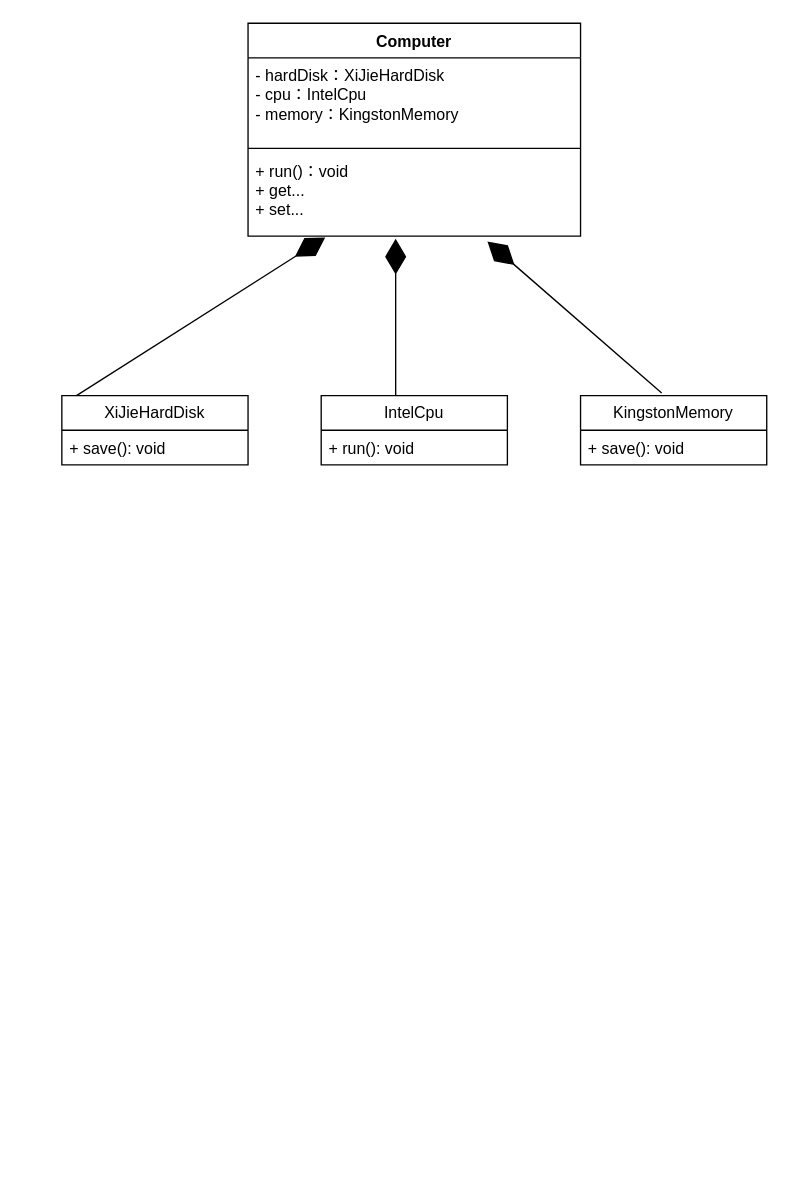
The draw.io diagram design/依赖倒转原则.drawio in dzghahaha/mind-resp, before the edit. Source tidied: cells renumbered, new cells numbered last; positions are measured from the earlier drawing's top-left corner, leaving out a move shared by most shapes. Both pictures are drawn from the tidied source at 133%, with x=0, y=0 at pixel (61, 23).
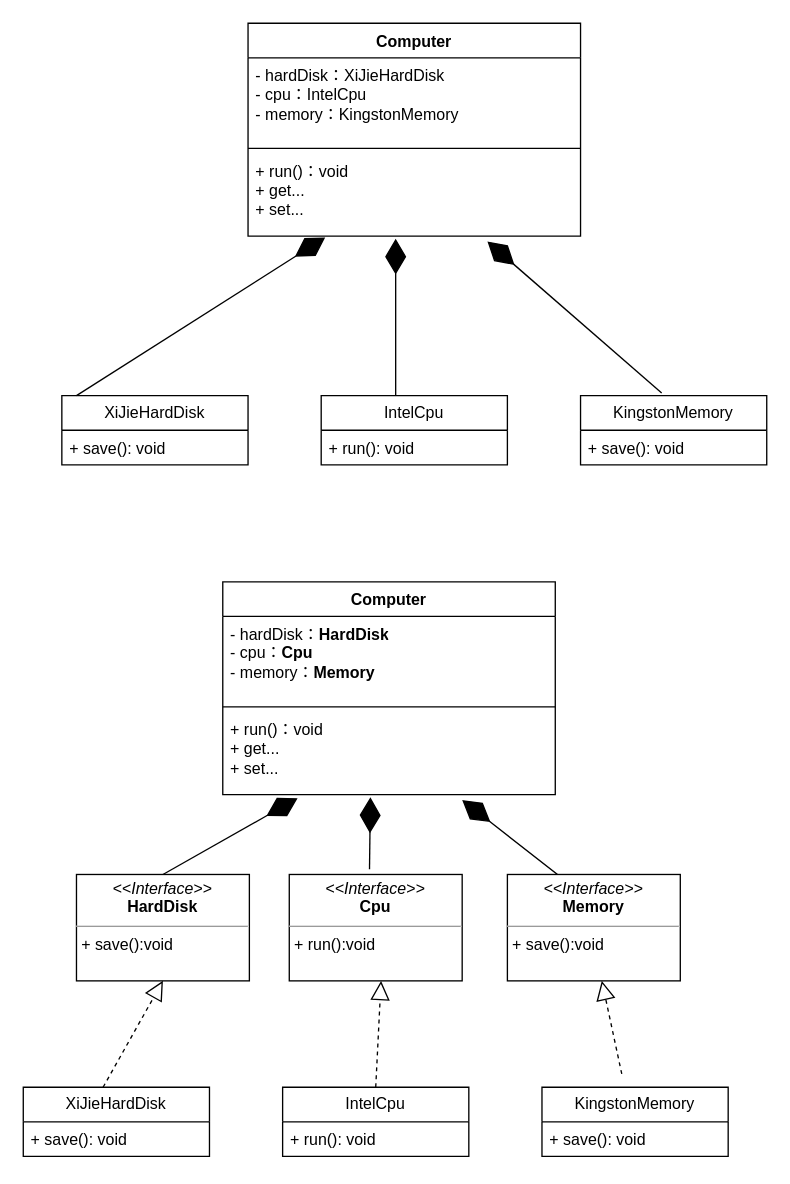
Above is the later version.

Commit message (it also covers changes not shown here):
更新依赖倒转原则.drawio

Change to the diagram source:
```diff
@@
+    <mxCell id="15" value="Computer" style="swimlane;fontStyle=1;align=center;verticalAlign=top;horizontal=1;startSize=26;whiteSpace=wrap;html=1;" parent="1" vertex="1">
+      <mxGeometry x="121" y="420" width="250" height="160" as="geometry" />
+    </mxCell>
+    <mxCell id="16" value="- hardDisk：&lt;b style=&quot;border-color: var(--border-color); text-align: center;&quot;&gt;HardDisk&lt;/b&gt;&lt;br&gt;- cpu：&lt;b style=&quot;border-color: var(--border-color); text-align: center;&quot;&gt;Cpu&lt;/b&gt;&lt;br&gt;- memory：&lt;b style=&quot;border-color: var(--border-color); text-align: center;&quot;&gt;Memory&lt;br&gt;&lt;br&gt;&lt;/b&gt;" style="text;strokeColor=none;fillColor=none;align=left;verticalAlign=top;spacingLeft=4;spacingRight=4;overflow=hidden;whiteSpace=wrap;html=1;" parent="15" vertex="1">
+      <mxGeometry y="26" width="250" height="64" as="geometry" />
+    </mxCell>
+    <mxCell id="17" style="line;strokeWidth=1;fillColor=none;align=left;verticalAlign=middle;spacingTop=-1;spacingLeft=3;spacingRight=3;labelPosition=right;strokeColor=inherit;" parent="15" vertex="1">
+      <mxGeometry y="90" width="250" height="8" as="geometry" />
+    </mxCell>
+    <mxCell id="18" value="+ run()：void&lt;br&gt;+ get...&lt;br&gt;+ set..." style="text;strokeColor=none;fillColor=none;align=left;verticalAlign=top;spacingLeft=4;spacingRight=4;overflow=hidden;points=[[0,0.5],[1,0.5]];portConstraint=eastwest;whiteSpace=wrap;html=1;" parent="15" vertex="1">
+      <mxGeometry y="98" width="250" height="62" as="geometry" />
+    </mxCell>
+    <mxCell id="19" value="XiJieHardDisk" style="swimlane;fontStyle=0;horizontal=1;startSize=26;fillColor=none;whiteSpace=wrap;html=1;" parent="1" vertex="1">
+      <mxGeometry x="-29" y="800" width="140" height="52" as="geometry" />
+    </mxCell>
+    <mxCell id="20" value="+ save(): void&lt;br&gt;" style="text;strokeColor=none;fillColor=none;align=left;verticalAlign=top;spacingLeft=4;spacingRight=4;overflow=hidden;whiteSpace=wrap;html=1;" parent="19" vertex="1">
+      <mxGeometry y="26" width="140" height="26" as="geometry" />
+    </mxCell>
+    <mxCell id="21" value="IntelCpu" style="swimlane;fontStyle=0;horizontal=1;startSize=26;fillColor=none;whiteSpace=wrap;html=1;" parent="1" vertex="1">
+      <mxGeometry x="166" y="800" width="140" height="52" as="geometry" />
+    </mxCell>
+    <mxCell id="22" value="+ run(): void" style="text;strokeColor=none;fillColor=none;align=left;verticalAlign=top;spacingLeft=4;spacingRight=4;overflow=hidden;whiteSpace=wrap;html=1;" parent="21" vertex="1">
+      <mxGeometry y="26" width="140" height="26" as="geometry" />
+    </mxCell>
+    <mxCell id="23" value="KingstonMemory" style="swimlane;fontStyle=0;horizontal=1;startSize=26;fillColor=none;whiteSpace=wrap;html=1;" parent="1" vertex="1">
+      <mxGeometry x="361" y="800" width="140" height="52" as="geometry" />
+    </mxCell>
+    <mxCell id="24" value="+ save(): void&lt;br&gt;" style="text;strokeColor=none;fillColor=none;align=left;verticalAlign=top;spacingLeft=4;spacingRight=4;overflow=hidden;whiteSpace=wrap;html=1;" parent="23" vertex="1">
+      <mxGeometry y="26" width="140" height="26" as="geometry" />
+    </mxCell>
+    <mxCell id="25" style="endArrow=diamondThin;endFill=1;endSize=24;html=1;rounded=0;entryX=0.444;entryY=1.032;entryDx=0;entryDy=0;entryPerimeter=0;exitX=0.464;exitY=-0.05;exitDx=0;exitDy=0;exitPerimeter=0;" parent="1" edge="1" source="29" target="18">
+      <mxGeometry relative="1" as="geometry" />
+    </mxCell>
+    <mxCell id="26" style="endArrow=diamondThin;endFill=1;endSize=24;html=1;rounded=0;entryX=0.72;entryY=1.065;entryDx=0;entryDy=0;entryPerimeter=0;exitX=0.432;exitY=0.013;exitDx=0;exitDy=0;exitPerimeter=0;" parent="1" edge="1" source="30" target="18">
+      <mxGeometry relative="1" as="geometry">
+        <Array as="points">
+          <mxPoint x="411" y="670" />
+        </Array>
+      </mxGeometry>
+    </mxCell>
+    <mxCell id="27" style="endArrow=diamondThin;endFill=1;endSize=24;html=1;rounded=0;entryX=0.225;entryY=1.043;entryDx=0;entryDy=0;entryPerimeter=0;exitX=0.5;exitY=0;exitDx=0;exitDy=0;" parent="1" edge="1" source="28" target="18">
+      <mxGeometry relative="1" as="geometry" />
+    </mxCell>
+    <mxCell id="28" value="&lt;p style=&quot;margin:0px;margin-top:4px;text-align:center;&quot;&gt;&lt;i&gt;&amp;lt;&amp;lt;Interface&amp;gt;&amp;gt;&lt;/i&gt;&lt;br&gt;&lt;b&gt;HardDisk&lt;/b&gt;&lt;/p&gt;&lt;hr size=&quot;1&quot;&gt;&lt;p style=&quot;margin:0px;margin-left:4px;&quot;&gt;+ save():void&lt;/p&gt;" style="verticalAlign=top;align=left;overflow=fill;fontSize=12;fontFamily=Helvetica;html=1;whiteSpace=wrap;" parent="1" vertex="1">
+      <mxGeometry x="11" y="640" width="130" height="80" as="geometry" />
+    </mxCell>
+    <mxCell id="29" value="&lt;p style=&quot;margin:0px;margin-top:4px;text-align:center;&quot;&gt;&lt;i&gt;&amp;lt;&amp;lt;Interface&amp;gt;&amp;gt;&lt;/i&gt;&lt;br&gt;&lt;b&gt;Cpu&lt;/b&gt;&lt;/p&gt;&lt;hr size=&quot;1&quot;&gt;&lt;p style=&quot;margin:0px;margin-left:4px;&quot;&gt;+ run():void&lt;/p&gt;" style="verticalAlign=top;align=left;overflow=fill;fontSize=12;fontFamily=Helvetica;html=1;whiteSpace=wrap;" parent="1" vertex="1">
+      <mxGeometry x="171" y="640" width="130" height="80" as="geometry" />
+    </mxCell>
+    <mxCell id="30" value="&lt;p style=&quot;margin:0px;margin-top:4px;text-align:center;&quot;&gt;&lt;i&gt;&amp;lt;&amp;lt;Interface&amp;gt;&amp;gt;&lt;b&gt;&lt;br&gt;&lt;/b&gt;&lt;/i&gt;&lt;b&gt;Memory&lt;/b&gt;&lt;/p&gt;&lt;hr size=&quot;1&quot;&gt;&lt;p style=&quot;margin:0px;margin-left:4px;&quot;&gt;+ save():void&lt;/p&gt;" style="verticalAlign=top;align=left;overflow=fill;fontSize=12;fontFamily=Helvetica;html=1;whiteSpace=wrap;" parent="1" vertex="1">
+      <mxGeometry x="335" y="640" width="130" height="80" as="geometry" />
+    </mxCell>
+    <mxCell id="31" style="endArrow=block;dashed=1;endFill=0;endSize=12;html=1;rounded=0;exitX=0.5;exitY=0;exitDx=0;exitDy=0;entryX=0.5;entryY=1;entryDx=0;entryDy=0;" parent="1" edge="1" target="28">
+      <mxGeometry relative="1" as="geometry">
+        <mxPoint x="31" y="800" as="sourcePoint" />
+      </mxGeometry>
+    </mxCell>
+    <mxCell id="32" style="endArrow=block;dashed=1;endFill=0;endSize=12;html=1;rounded=0;entryX=0.5;entryY=1;entryDx=0;entryDy=0;exitX=0.5;exitY=0;exitDx=0;exitDy=0;" parent="1" edge="1" source="21">
+      <mxGeometry relative="1" as="geometry">
+        <mxPoint x="240" y="720" as="targetPoint" />
+      </mxGeometry>
+    </mxCell>
+    <mxCell id="33" style="endArrow=block;dashed=1;endFill=0;endSize=12;html=1;rounded=0;entryX=0.5;entryY=1;entryDx=0;entryDy=0;" parent="1" edge="1">
+      <mxGeometry relative="1" as="geometry">
+        <mxPoint x="421" y="790" as="sourcePoint" />
+        <mxPoint x="406" y="720" as="targetPoint" />
+      </mxGeometry>
+    </mxCell>
```
